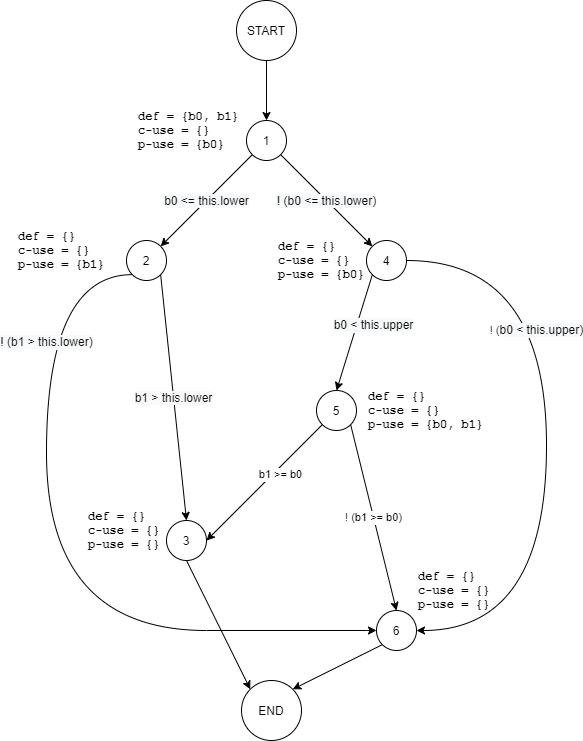
This is drafts/DFG_Intersects.png from meng-ucalgary/seng-637-assignment-3, a draw.io export, as it was before one commit. Source tidied: cells renumbered, new cells last; positions are measured from the earlier drawing's top-left corner, leaving out a move shared by most shapes.
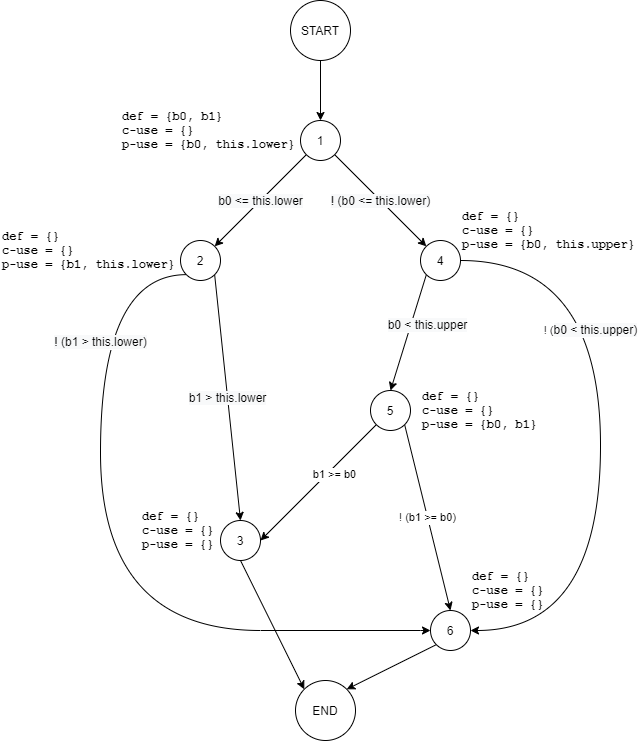
After the change.

Commit message:
updating DFG with class variables

The edit, as a diff of the source:
```diff
@@ -17,8 +17,8 @@
     <mxCell id="6" value="1" style="ellipse;whiteSpace=wrap;html=1;" parent="1" vertex="1">
       <mxGeometry x="230" y="120" width="40" height="40" as="geometry" />
     </mxCell>
-    <mxCell id="7" value="def = {b0, b1}&lt;br&gt;c-use = {}&lt;br&gt;p-use = {b0}" style="text;html=1;strokeColor=none;fillColor=none;align=left;verticalAlign=middle;whiteSpace=wrap;rounded=0;fontStyle=1;fontFamily=Courier New;" parent="1" vertex="1">
-      <mxGeometry x="120" y="100" width="120" height="60" as="geometry" />
+    <mxCell id="7" value="def = {b0, b1}&lt;br&gt;c-use = {}&lt;br&gt;p-use = {b0, this.lower}" style="text;html=1;strokeColor=none;fillColor=none;align=left;verticalAlign=middle;whiteSpace=wrap;rounded=0;fontStyle=1;fontFamily=Courier New;" parent="1" vertex="1">
+      <mxGeometry x="50" y="100" width="180" height="60" as="geometry" />
     </mxCell>
     <mxCell id="8" value="&lt;span style=&quot;font-size: 12px ; background-color: rgb(248 , 249 , 250)&quot;&gt;b1 &amp;gt; this.lower&lt;/span&gt;" style="edgeStyle=none;rounded=0;jettySize=auto;html=1;exitX=1;exitY=1;exitDx=0;exitDy=0;entryX=0.5;entryY=0;entryDx=0;entryDy=0;" parent="1" edge="1" source="10" target="19">
       <mxGeometry relative="1" as="geometry" />
@@ -51,8 +51,8 @@
     <mxCell id="13" value="4" style="ellipse;whiteSpace=wrap;html=1;" parent="1" vertex="1">
       <mxGeometry x="350" y="240" width="40" height="40" as="geometry" />
     </mxCell>
-    <mxCell id="14" value="def = {}&lt;br&gt;c-use = {}&lt;br&gt;p-use = {b1}" style="text;html=1;strokeColor=none;fillColor=none;align=left;verticalAlign=middle;whiteSpace=wrap;rounded=0;fontStyle=1;fontFamily=Courier New;" parent="1" vertex="1">
-      <mxGeometry y="220" width="120" height="60" as="geometry" />
+    <mxCell id="14" value="def = {}&lt;br&gt;c-use = {}&lt;br&gt;p-use = {b1, this.lower}" style="text;html=1;strokeColor=none;fillColor=none;align=left;verticalAlign=middle;whiteSpace=wrap;rounded=0;fontStyle=1;fontFamily=Courier New;" parent="1" vertex="1">
+      <mxGeometry x="-70" y="220" width="190" height="60" as="geometry" />
     </mxCell>
     <mxCell id="15" value="&lt;font face=&quot;Helvetica&quot;&gt;b1 &amp;gt;= b0&lt;/font&gt;" style="edgeStyle=none;rounded=0;jettySize=auto;html=1;exitX=0;exitY=1;exitDx=0;exitDy=0;fontFamily=Courier New;entryX=1;entryY=0.5;entryDx=0;entryDy=0;" parent="1" edge="1" source="17" target="19">
       <mxGeometry x="-0.2" y="6" relative="1" as="geometry" />
@@ -84,8 +84,8 @@
     <mxCell id="24" value="def = {}&lt;br&gt;c-use = {}&lt;br&gt;p-use = {}" style="text;html=1;strokeColor=none;fillColor=none;align=left;verticalAlign=middle;whiteSpace=wrap;rounded=0;fontStyle=1;fontFamily=Courier New;" parent="1" vertex="1">
       <mxGeometry x="400" y="560" width="120" height="60" as="geometry" />
     </mxCell>
-    <mxCell id="25" value="def = {}&lt;br&gt;c-use = {}&lt;br&gt;p-use = {b0}" style="text;html=1;strokeColor=none;fillColor=none;align=left;verticalAlign=middle;whiteSpace=wrap;rounded=0;fontStyle=1;fontFamily=Courier New;" parent="1" vertex="1">
-      <mxGeometry x="260" y="230" width="120" height="60" as="geometry" />
+    <mxCell id="25" value="def = {}&lt;br&gt;c-use = {}&lt;br&gt;p-use = {b0, this.upper}" style="text;html=1;strokeColor=none;fillColor=none;align=left;verticalAlign=middle;whiteSpace=wrap;rounded=0;fontStyle=1;fontFamily=Courier New;" parent="1" vertex="1">
+      <mxGeometry x="390" y="200" width="180" height="60" as="geometry" />
     </mxCell>
     <mxCell id="26" value="def = {}&lt;br&gt;c-use = {}&lt;br&gt;p-use = {b0, b1}" style="text;html=1;strokeColor=none;fillColor=none;align=left;verticalAlign=middle;whiteSpace=wrap;rounded=0;fontStyle=1;fontFamily=Courier New;" parent="1" vertex="1">
       <mxGeometry x="350" y="380" width="120" height="60" as="geometry" />
```
